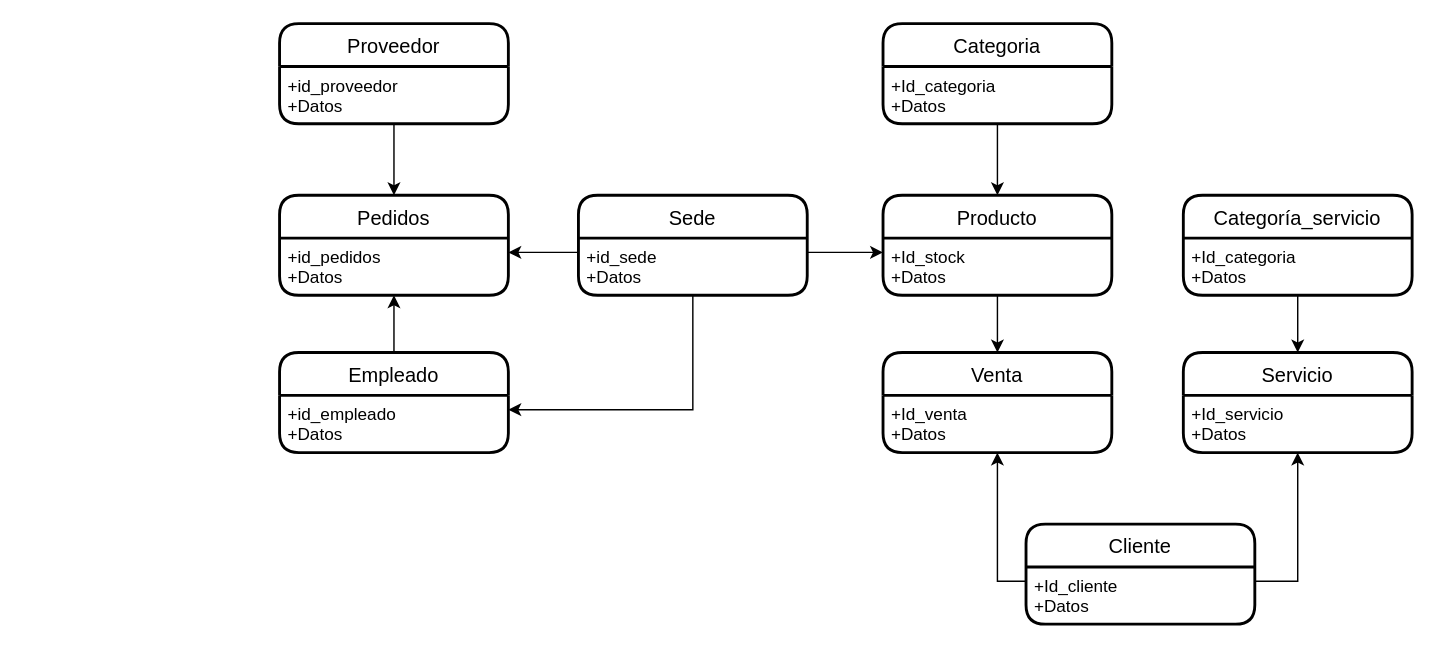
Before: Diagrama sin título.drawio in MikhersAgustiniana/Diagrama-MER, a draw.io diagram. Source tidied: cells renumbered, new cells numbered last; positions are measured from the earlier drawing's top-left corner, leaving out a move shared by most shapes. Both pictures are drawn from the tidied source at 143%, with x=0, y=0 at pixel (279, 23).
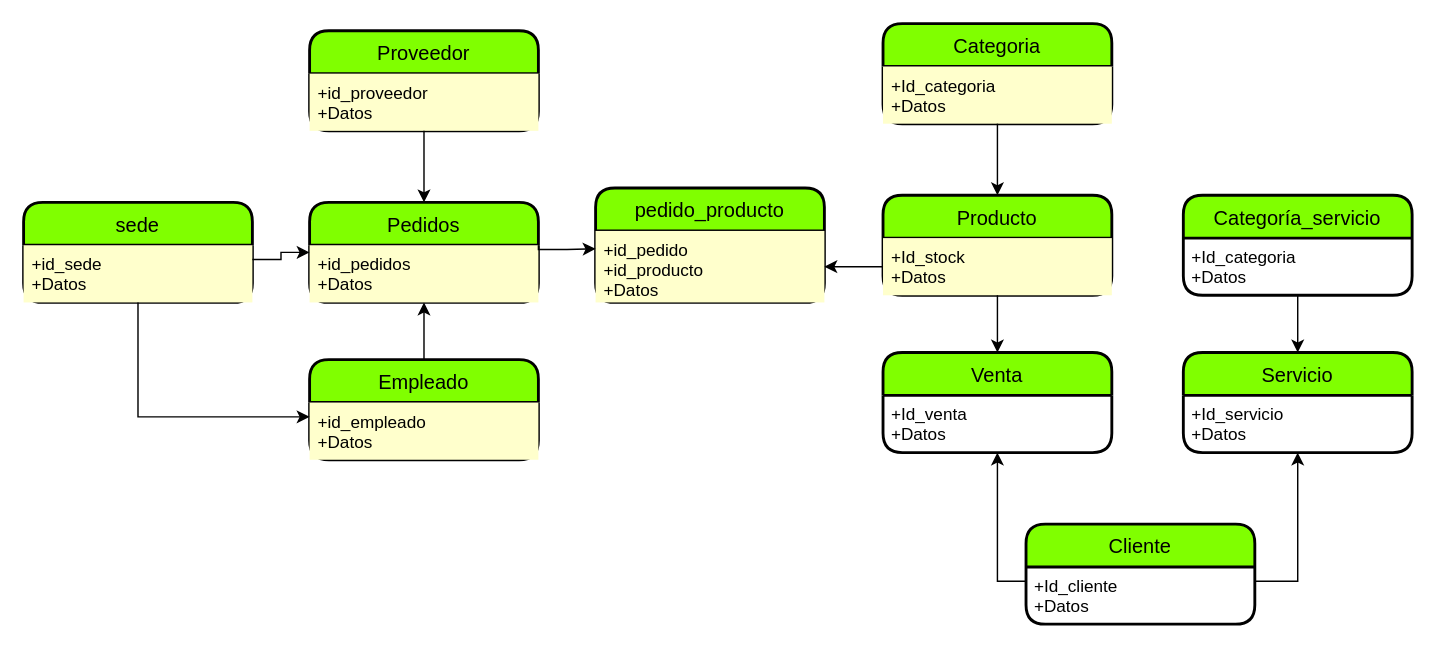
The same page after the edit.

What changed in the source:
```diff
@@
-    <mxCell id="2" value="Proveedor" style="swimlane;horizontal=1;startSize=30;rounded=1;fontSize=14;fontStyle=0;strokeWidth=2;shadow=0;dashed=0;align=center;" parent="1" vertex="1">
-      <mxGeometry width="160" height="70" as="geometry" />
+    <mxCell id="2" value="Proveedor" style="swimlane;horizontal=1;startSize=30;rounded=1;fontSize=14;fontStyle=0;strokeWidth=2;shadow=0;dashed=0;align=center;fillColor=#80FF00;" parent="1" vertex="1">
+      <mxGeometry x="21" y="5" width="160" height="70" as="geometry" />
     </mxCell>
-    <mxCell id="3" value="+id_proveedor&#10;+Datos" style="align=left;strokeColor=none;fillColor=none;spacingLeft=4;fontSize=12;verticalAlign=top;" parent="2" vertex="1">
+    <mxCell id="3" value="+id_proveedor&#10;+Datos" style="align=left;strokeColor=none;fillColor=#FFFFCC;spacingLeft=4;fontSize=12;verticalAlign=top;" parent="2" vertex="1">
       <mxGeometry y="30" width="160" height="40" as="geometry" />
     </mxCell>
-    <mxCell id="4" value="Pedidos" style="swimlane;horizontal=1;startSize=30;rounded=1;fontSize=14;fontStyle=0;strokeWidth=2;shadow=0;dashed=0;align=center;" parent="1" vertex="1">
-      <mxGeometry y="120" width="160" height="70" as="geometry" />
+    <mxCell id="4" value="Pedidos" style="swimlane;horizontal=1;startSize=30;rounded=1;fontSize=14;fontStyle=0;strokeWidth=2;shadow=0;dashed=0;align=center;fillColor=#80FF00;" parent="1" vertex="1">
+      <mxGeometry x="21" y="125" width="160" height="70" as="geometry" />
     </mxCell>
-    <mxCell id="5" value="+id_pedidos&#10;+Datos" style="align=left;strokeColor=none;fillColor=none;spacingLeft=4;fontSize=12;verticalAlign=top;" parent="4" vertex="1">
+    <mxCell id="5" value="+id_pedidos&#10;+Datos" style="align=left;strokeColor=none;fillColor=#FFFFCC;spacingLeft=4;fontSize=12;verticalAlign=top;" parent="4" vertex="1">
       <mxGeometry y="30" width="160" height="40" as="geometry" />
     </mxCell>
@@
-    <mxCell id="8" value="Empleado" style="swimlane;horizontal=1;startSize=30;rounded=1;fontSize=14;fontStyle=0;strokeWidth=2;shadow=0;dashed=0;align=center;" parent="1" vertex="1">
-      <mxGeometry y="230" width="160" height="70" as="geometry" />
+    <mxCell id="8" value="Empleado" style="swimlane;horizontal=1;startSize=30;rounded=1;fontSize=14;fontStyle=0;strokeWidth=2;shadow=0;dashed=0;align=center;fillColor=#80FF00;" parent="1" vertex="1">
+      <mxGeometry x="21" y="235" width="160" height="70" as="geometry" />
     </mxCell>
-    <mxCell id="9" value="+id_empleado&#10;+Datos" style="align=left;strokeColor=none;fillColor=none;spacingLeft=4;fontSize=12;verticalAlign=top;" parent="8" vertex="1">
+    <mxCell id="9" value="+id_empleado&#10;+Datos" style="align=left;strokeColor=none;fillColor=#FFFFCC;spacingLeft=4;fontSize=12;verticalAlign=top;" parent="8" vertex="1">
       <mxGeometry y="30" width="160" height="40" as="geometry" />
     </mxCell>
-    <mxCell id="10" value="Sede" style="swimlane;horizontal=1;startSize=30;rounded=1;fontSize=14;fontStyle=0;strokeWidth=2;shadow=0;dashed=0;align=center;" parent="1" vertex="1">
-      <mxGeometry x="209" y="120" width="160" height="70" as="geometry" />
+    <mxCell id="10" value="pedido_producto" style="swimlane;horizontal=1;startSize=30;rounded=1;fontSize=14;fontStyle=0;strokeWidth=2;shadow=0;dashed=0;align=center;fillColor=#80FF00;" parent="1" vertex="1">
+      <mxGeometry x="221" y="115" width="160" height="80" as="geometry" />
     </mxCell>
-    <mxCell id="11" value="+id_sede&#10;+Datos" style="align=left;strokeColor=none;fillColor=none;spacingLeft=4;fontSize=12;verticalAlign=top;" parent="10" vertex="1">
-      <mxGeometry y="30" width="160" height="40" as="geometry" />
+    <mxCell id="11" value="+id_pedido&#10;+id_producto&#10;+Datos" style="align=left;strokeColor=none;fillColor=#FFFFCC;spacingLeft=4;fontSize=12;verticalAlign=top;" parent="10" vertex="1">
+      <mxGeometry y="30" width="160" height="50" as="geometry" />
     </mxCell>
-    <mxCell id="12" value="Producto" style="swimlane;horizontal=1;startSize=30;rounded=1;fontSize=14;fontStyle=0;strokeWidth=2;shadow=0;dashed=0;align=center;" parent="1" vertex="1">
+    <mxCell id="12" value="Producto" style="swimlane;horizontal=1;startSize=30;rounded=1;fontSize=14;fontStyle=0;strokeWidth=2;shadow=0;dashed=0;align=center;fillColor=#80FF00;" parent="1" vertex="1">
       <mxGeometry x="422" y="120" width="160" height="70" as="geometry" />
     </mxCell>
-    <mxCell id="13" value="+Id_stock&#10;+Datos" style="align=left;strokeColor=none;fillColor=none;spacingLeft=4;fontSize=12;verticalAlign=top;" parent="12" vertex="1">
+    <mxCell id="13" value="+Id_stock&#10;+Datos" style="align=left;strokeColor=none;fillColor=#FFFFCC;spacingLeft=4;fontSize=12;verticalAlign=top;" parent="12" vertex="1">
       <mxGeometry y="30" width="160" height="40" as="geometry" />
     </mxCell>
-    <mxCell id="14" value="Categoria" style="swimlane;horizontal=1;startSize=30;rounded=1;fontSize=14;fontStyle=0;strokeWidth=2;shadow=0;dashed=0;align=center;" parent="1" vertex="1">
+    <mxCell id="14" value="Categoria" style="swimlane;horizontal=1;startSize=30;rounded=1;fontSize=14;fontStyle=0;strokeWidth=2;shadow=0;dashed=0;align=center;fillColor=#80FF00;" parent="1" vertex="1">
       <mxGeometry x="422" width="160" height="70" as="geometry" />
     </mxCell>
-    <mxCell id="15" value="+Id_categoria&#10;+Datos" style="align=left;strokeColor=none;fillColor=none;spacingLeft=4;fontSize=12;verticalAlign=top;" parent="14" vertex="1">
+    <mxCell id="15" value="+Id_categoria&#10;+Datos" style="align=left;strokeColor=none;fillColor=#FFFFCC;spacingLeft=4;fontSize=12;verticalAlign=top;" parent="14" vertex="1">
       <mxGeometry y="30" width="160" height="40" as="geometry" />
     </mxCell>
-    <mxCell id="16" value="Venta" style="swimlane;horizontal=1;startSize=30;rounded=1;fontSize=14;fontStyle=0;strokeWidth=2;shadow=0;dashed=0;align=center;" parent="1" vertex="1">
+    <mxCell id="16" value="Venta" style="swimlane;horizontal=1;startSize=30;rounded=1;fontSize=14;fontStyle=0;strokeWidth=2;shadow=0;dashed=0;align=center;fillColor=#80FF00;" parent="1" vertex="1">
       <mxGeometry x="422" y="230" width="160" height="70" as="geometry" />
     </mxCell>
@@
-    <mxCell id="19" value="Servicio" style="swimlane;horizontal=1;startSize=30;rounded=1;fontSize=14;fontStyle=0;strokeWidth=2;shadow=0;dashed=0;align=center;" parent="1" vertex="1">
+    <mxCell id="19" value="Servicio" style="swimlane;horizontal=1;startSize=30;rounded=1;fontSize=14;fontStyle=0;strokeWidth=2;shadow=0;dashed=0;align=center;fillColor=#80FF00;" parent="1" vertex="1">
       <mxGeometry x="632" y="230" width="160" height="70" as="geometry" />
     </mxCell>
@@
-    <mxCell id="21" value="Cliente" style="swimlane;horizontal=1;startSize=30;rounded=1;fontSize=14;fontStyle=0;strokeWidth=2;shadow=0;dashed=0;align=center;" parent="1" vertex="1">
+    <mxCell id="21" value="Cliente" style="swimlane;horizontal=1;startSize=30;rounded=1;fontSize=14;fontStyle=0;strokeWidth=2;shadow=0;dashed=0;align=center;fillColor=#80FF00;" parent="1" vertex="1">
       <mxGeometry x="522" y="350" width="160" height="70" as="geometry" />
     </mxCell>
@@
-    <mxCell id="25" value="Categoría_servicio" style="swimlane;horizontal=1;startSize=30;rounded=1;fontSize=14;fontStyle=0;strokeWidth=2;shadow=0;dashed=0;align=center;" parent="1" vertex="1">
+    <mxCell id="25" value="Categoría_servicio" style="swimlane;horizontal=1;startSize=30;rounded=1;fontSize=14;fontStyle=0;strokeWidth=2;shadow=0;dashed=0;align=center;fillColor=#80FF00;" parent="1" vertex="1">
       <mxGeometry x="632" y="120" width="160" height="70" as="geometry" />
     </mxCell>
@@
-    <mxCell id="29" style="edgeStyle=orthogonalEdgeStyle;rounded=0;jettySize=auto;html=1;exitX=1;exitY=0.25;exitDx=0;exitDy=0;entryX=0;entryY=0.25;entryDx=0;entryDy=0;" parent="1" edge="1" source="11" target="13">
-      <mxGeometry relative="1" as="geometry" />
-    </mxCell>
-    <mxCell id="30" style="edgeStyle=orthogonalEdgeStyle;rounded=0;jettySize=auto;html=1;exitX=0;exitY=0;exitDx=0;exitDy=0;entryX=1;entryY=0.25;entryDx=0;entryDy=0;" parent="1" edge="1" source="11" target="5">
-      <mxGeometry relative="1" as="geometry">
-        <Array as="points">
-          <mxPoint x="209" y="160" />
-        </Array>
-      </mxGeometry>
-    </mxCell>
-    <mxCell id="31" style="edgeStyle=orthogonalEdgeStyle;rounded=0;jettySize=auto;html=1;exitX=0.5;exitY=1;exitDx=0;exitDy=0;entryX=1;entryY=0.25;entryDx=0;entryDy=0;" parent="1" edge="1" source="11" target="9">
-      <mxGeometry relative="1" as="geometry" />
-    </mxCell>
+    <mxCell id="32" style="edgeStyle=orthogonalEdgeStyle;rounded=0;jettySize=auto;html=1;" parent="1" edge="1" source="13" target="11">
+      <mxGeometry relative="1" as="geometry" />
+    </mxCell>
+    <mxCell id="33" style="edgeStyle=orthogonalEdgeStyle;rounded=0;jettySize=auto;html=1;exitX=1;exitY=0;exitDx=0;exitDy=0;entryX=0;entryY=0.25;entryDx=0;entryDy=0;" parent="1" edge="1" source="5" target="11">
+      <mxGeometry relative="1" as="geometry">
+        <Array as="points">
+          <mxPoint x="181" y="158" />
+          <mxPoint x="201" y="158" />
+        </Array>
+      </mxGeometry>
+    </mxCell>
+    <mxCell id="34" value="sede" style="swimlane;horizontal=1;startSize=30;rounded=1;fontSize=14;fontStyle=0;strokeWidth=2;shadow=0;dashed=0;align=center;fillColor=#80FF00;" parent="1" vertex="1">
+      <mxGeometry x="-179" y="125" width="160" height="70" as="geometry" />
+    </mxCell>
+    <mxCell id="35" value="+id_sede&#10;+Datos" style="align=left;strokeColor=none;fillColor=#FFFFCC;spacingLeft=4;fontSize=12;verticalAlign=top;" parent="34" vertex="1">
+      <mxGeometry y="30" width="160" height="40" as="geometry" />
+    </mxCell>
+    <mxCell id="36" style="edgeStyle=orthogonalEdgeStyle;rounded=0;jettySize=auto;html=1;exitX=1;exitY=0.25;exitDx=0;exitDy=0;entryX=0;entryY=0.5;entryDx=0;entryDy=0;" parent="1" edge="1" source="35" target="4">
+      <mxGeometry relative="1" as="geometry" />
+    </mxCell>
+    <mxCell id="37" style="edgeStyle=orthogonalEdgeStyle;rounded=0;jettySize=auto;html=1;exitX=0.5;exitY=1;exitDx=0;exitDy=0;entryX=0;entryY=0.25;entryDx=0;entryDy=0;" parent="1" edge="1" source="35" target="9">
+      <mxGeometry relative="1" as="geometry" />
+    </mxCell>
```
